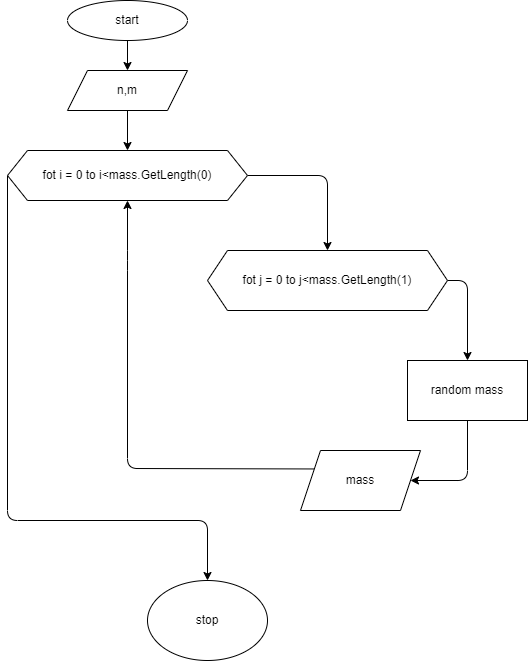
Zemburych/Seminar07 keeps this draw.io diagram as zad52/example.drawio.png. Above is the earlier version. Source tidied: cells renumbered, new cells last; positions are measured from the earlier drawing's top-left corner, leaving out a move shared by most shapes.
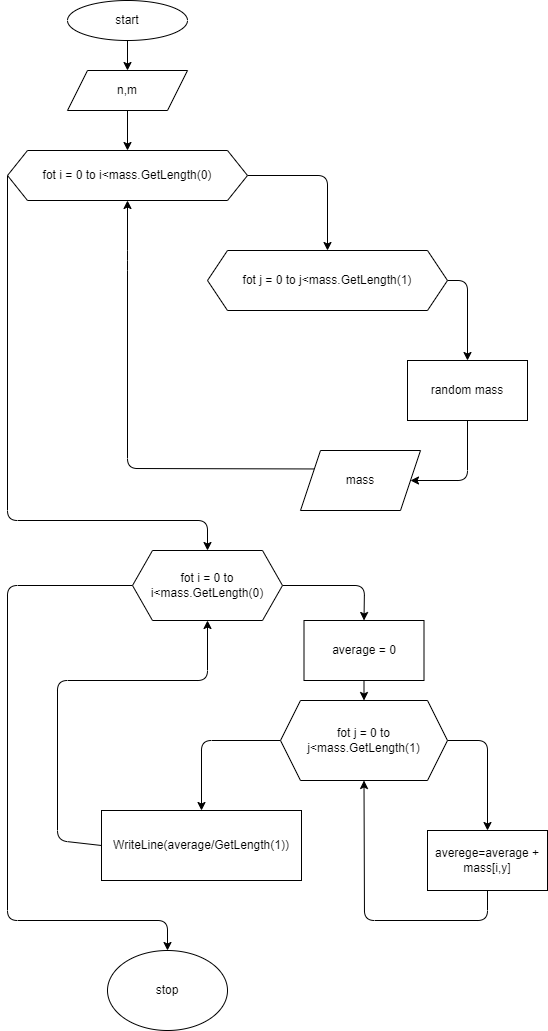
The same file after the commit.

Commit message:
задача52 решена

What changed in the source:
```diff
@@ -25,7 +25,7 @@
     </mxCell>
     <mxCell id="7" style="edgeStyle=none;html=1;exitX=0;exitY=0.5;exitDx=0;exitDy=0;" parent="1" edge="1" source="8">
       <mxGeometry relative="1" as="geometry">
-        <mxPoint x="200" y="580" as="targetPoint" />
+        <mxPoint x="200" y="550" as="targetPoint" />
         <Array as="points">
           <mxPoint y="520" />
           <mxPoint x="200" y="520" />
@@ -67,7 +67,72 @@
       <mxGeometry x="293" y="450" width="120" height="60" as="geometry" />
     </mxCell>
     <mxCell id="15" value="stop" style="ellipse;whiteSpace=wrap;html=1;" parent="1" vertex="1">
-      <mxGeometry x="140" y="580" width="120" height="80" as="geometry" />
+      <mxGeometry x="100" y="950" width="120" height="80" as="geometry" />
     </mxCell>
+    <mxCell id="16" style="edgeStyle=none;html=1;exitX=1;exitY=0.5;exitDx=0;exitDy=0;entryX=0.5;entryY=0;entryDx=0;entryDy=0;" parent="1" edge="1" source="18" target="23">
+      <mxGeometry relative="1" as="geometry">
+        <Array as="points">
+          <mxPoint x="357" y="585" />
+        </Array>
+      </mxGeometry>
+    </mxCell>
+    <mxCell id="17" style="edgeStyle=none;html=1;exitX=0;exitY=0.5;exitDx=0;exitDy=0;entryX=0.5;entryY=0;entryDx=0;entryDy=0;" parent="1" edge="1" source="18" target="15">
+      <mxGeometry relative="1" as="geometry">
+        <Array as="points">
+          <mxPoint y="585" />
+          <mxPoint y="920" />
+          <mxPoint x="160" y="920" />
+        </Array>
+      </mxGeometry>
+    </mxCell>
+    <mxCell id="18" value="&lt;span&gt;fot i = 0 to i&amp;lt;mass.GetLength(0)&lt;/span&gt;" style="shape=hexagon;perimeter=hexagonPerimeter2;whiteSpace=wrap;html=1;fixedSize=1;" parent="1" vertex="1">
+      <mxGeometry x="125" y="550" width="150" height="70" as="geometry" />
+    </mxCell>
+    <mxCell id="19" style="edgeStyle=none;html=1;exitX=1;exitY=0.5;exitDx=0;exitDy=0;entryX=0.5;entryY=0;entryDx=0;entryDy=0;" parent="1" edge="1" source="21" target="25">
+      <mxGeometry relative="1" as="geometry">
+        <Array as="points">
+          <mxPoint x="480" y="740" />
+        </Array>
+      </mxGeometry>
+    </mxCell>
+    <mxCell id="20" style="edgeStyle=none;html=1;entryX=0.5;entryY=0;entryDx=0;entryDy=0;exitX=0;exitY=0.5;exitDx=0;exitDy=0;" parent="1" edge="1" source="21" target="27">
+      <mxGeometry relative="1" as="geometry">
+        <Array as="points">
+          <mxPoint x="194" y="740" />
+        </Array>
+      </mxGeometry>
+    </mxCell>
+    <mxCell id="21" value="&lt;span&gt;fot j = 0 to j&amp;lt;mass.GetLength(1)&lt;/span&gt;" style="shape=hexagon;perimeter=hexagonPerimeter2;whiteSpace=wrap;html=1;fixedSize=1;" parent="1" vertex="1">
+      <mxGeometry x="273" y="700" width="167" height="80" as="geometry" />
+    </mxCell>
+    <mxCell id="22" style="edgeStyle=none;html=1;exitX=0.5;exitY=1;exitDx=0;exitDy=0;entryX=0.5;entryY=0;entryDx=0;entryDy=0;" parent="1" edge="1" source="23" target="21">
+      <mxGeometry relative="1" as="geometry" />
+    </mxCell>
+    <mxCell id="23" value="average = 0" style="rounded=0;whiteSpace=wrap;html=1;" parent="1" vertex="1">
+      <mxGeometry x="296.5" y="620" width="120" height="60" as="geometry" />
+    </mxCell>
+    <mxCell id="24" style="edgeStyle=none;html=1;exitX=0.5;exitY=1;exitDx=0;exitDy=0;entryX=0.5;entryY=1;entryDx=0;entryDy=0;" parent="1" edge="1" source="25" target="21">
+      <mxGeometry relative="1" as="geometry">
+        <Array as="points">
+          <mxPoint x="480" y="920" />
+          <mxPoint x="357" y="920" />
+        </Array>
+      </mxGeometry>
+    </mxCell>
+    <mxCell id="25" value="averege=average + mass[i,y]" style="whiteSpace=wrap;html=1;" parent="1" vertex="1">
+      <mxGeometry x="420" y="830" width="120" height="60" as="geometry" />
+    </mxCell>
+    <mxCell id="26" style="edgeStyle=none;html=1;exitX=0;exitY=0.5;exitDx=0;exitDy=0;entryX=0.5;entryY=1;entryDx=0;entryDy=0;" parent="1" edge="1" source="27" target="18">
+      <mxGeometry relative="1" as="geometry">
+        <Array as="points">
+          <mxPoint x="50" y="840" />
+          <mxPoint x="50" y="680" />
+          <mxPoint x="200" y="680" />
+        </Array>
+      </mxGeometry>
+    </mxCell>
+    <mxCell id="27" value="WriteLine(average/GetLength(1))" style="whiteSpace=wrap;html=1;" parent="1" vertex="1">
+      <mxGeometry x="94" y="810" width="200" height="70" as="geometry" />
+    </mxCell>
   </root>
 </mxGraphModel>
```
